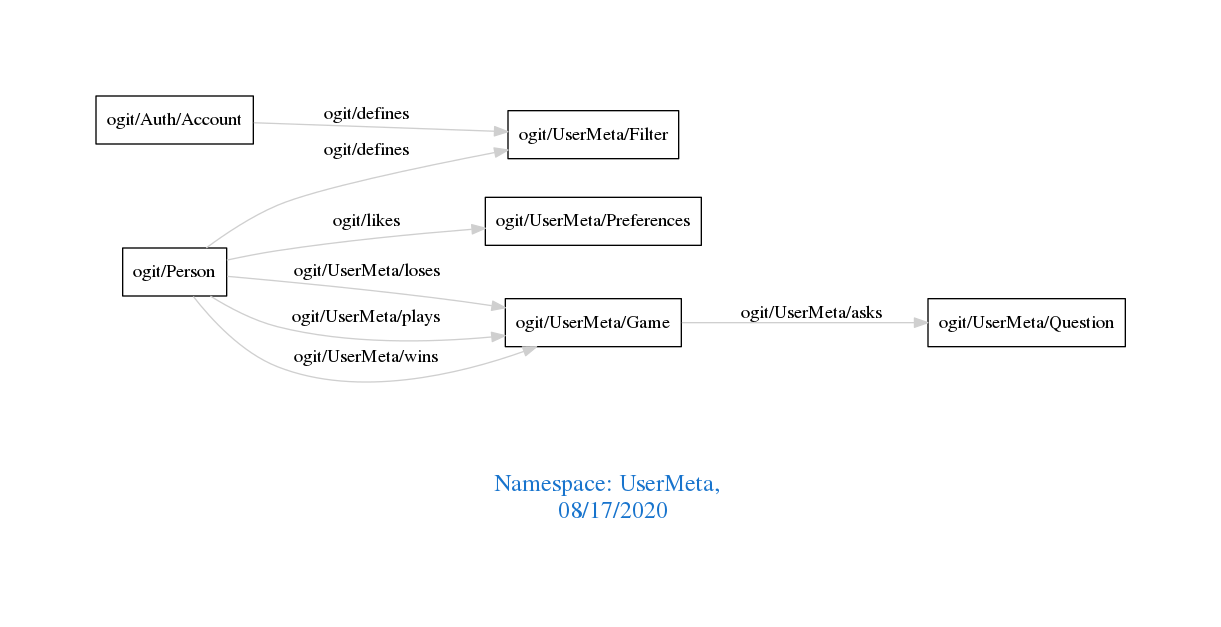
Above: downloads/UserMeta.png in arago/OGIT (Graphviz), before the change. Its source is kept beside it as downloads/UserMeta.dot.
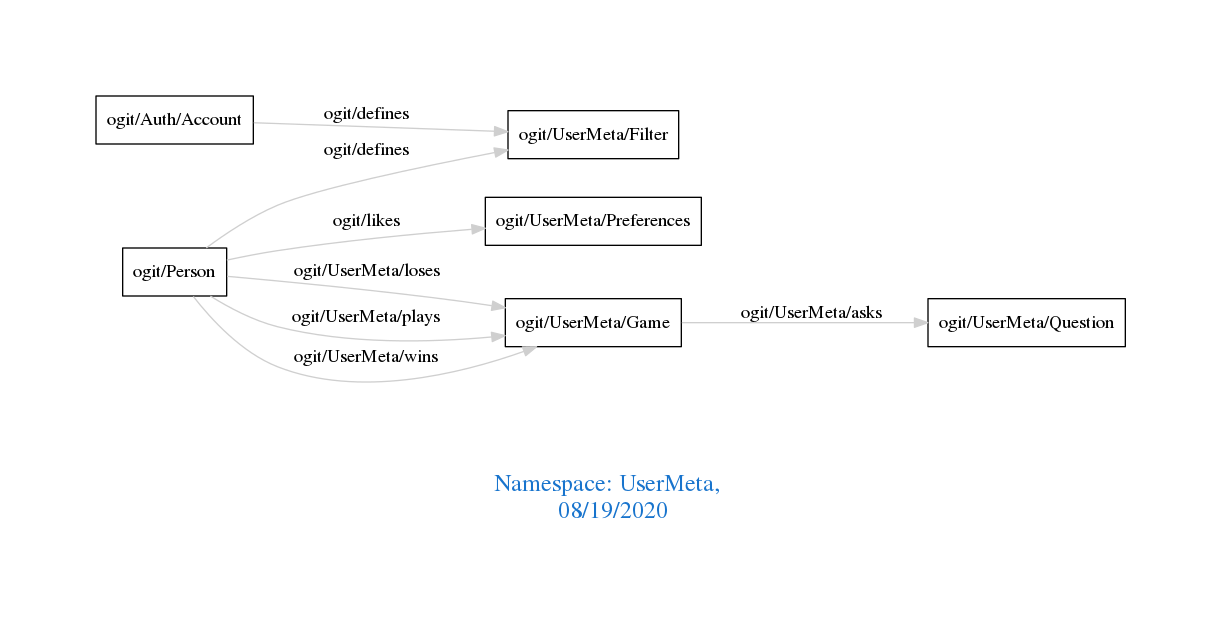
The same file after the commit.

The edit, as a diff of the source:
```diff
@@ -1,7 +1,7 @@
 digraph OGIT_ontology {
  graph [ rankdir= LR,pad=1
 fontsize = 18,
-fontcolor= dodgerblue3,label = "\n\n\nNamespace: UserMeta, \n 08/17/2020"];
+fontcolor= dodgerblue3,label = "\n\n\nNamespace: UserMeta, \n 08/19/2020"];
 node[shape=polygon];
 edge [  color="gray81"];
 
```
